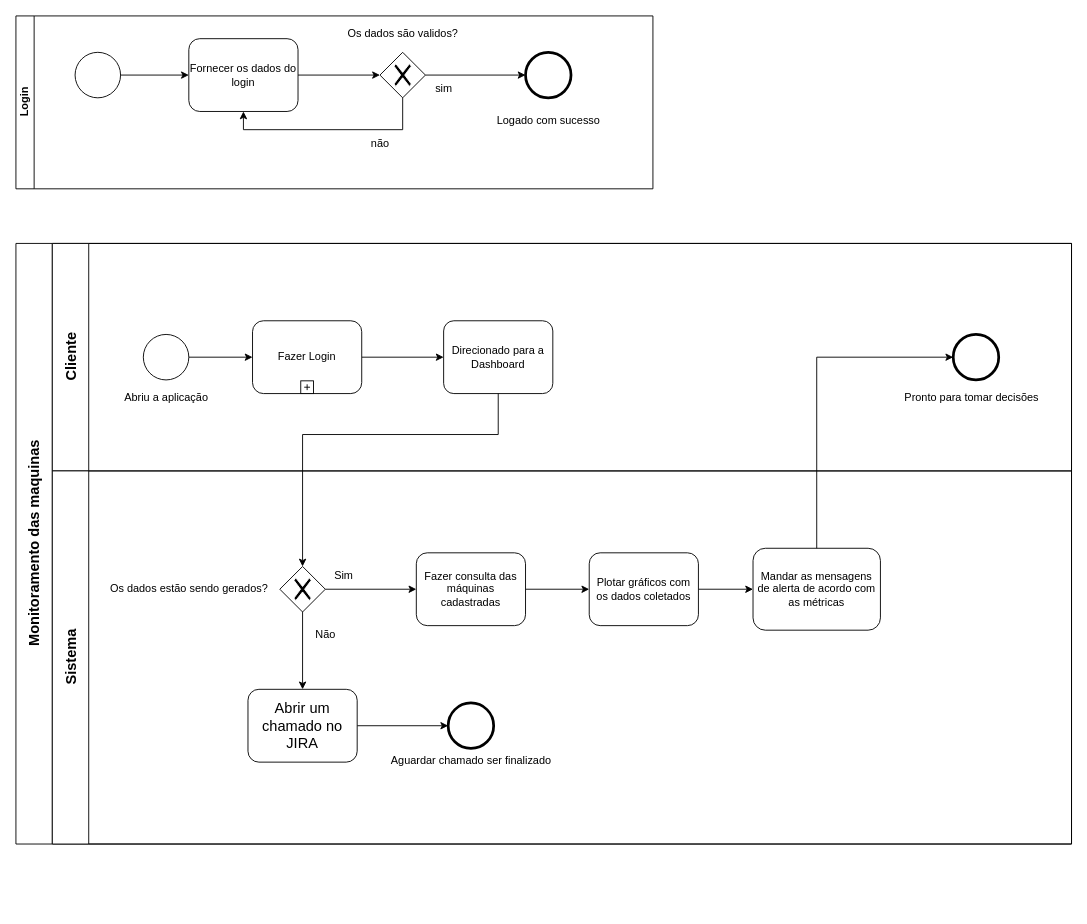
Above: Documentacao/Diagramas/bpmn - monitoramento.drawio in josu-pereira/Sensiders (draw.io), before the change. Source tidied: cells renumbered, new cells numbered last; positions are measured from the earlier drawing's top-left corner, leaving out a move shared by most shapes. Both pictures are drawn from the tidied source at 91%, with x=0, y=0 at pixel (15, 15).
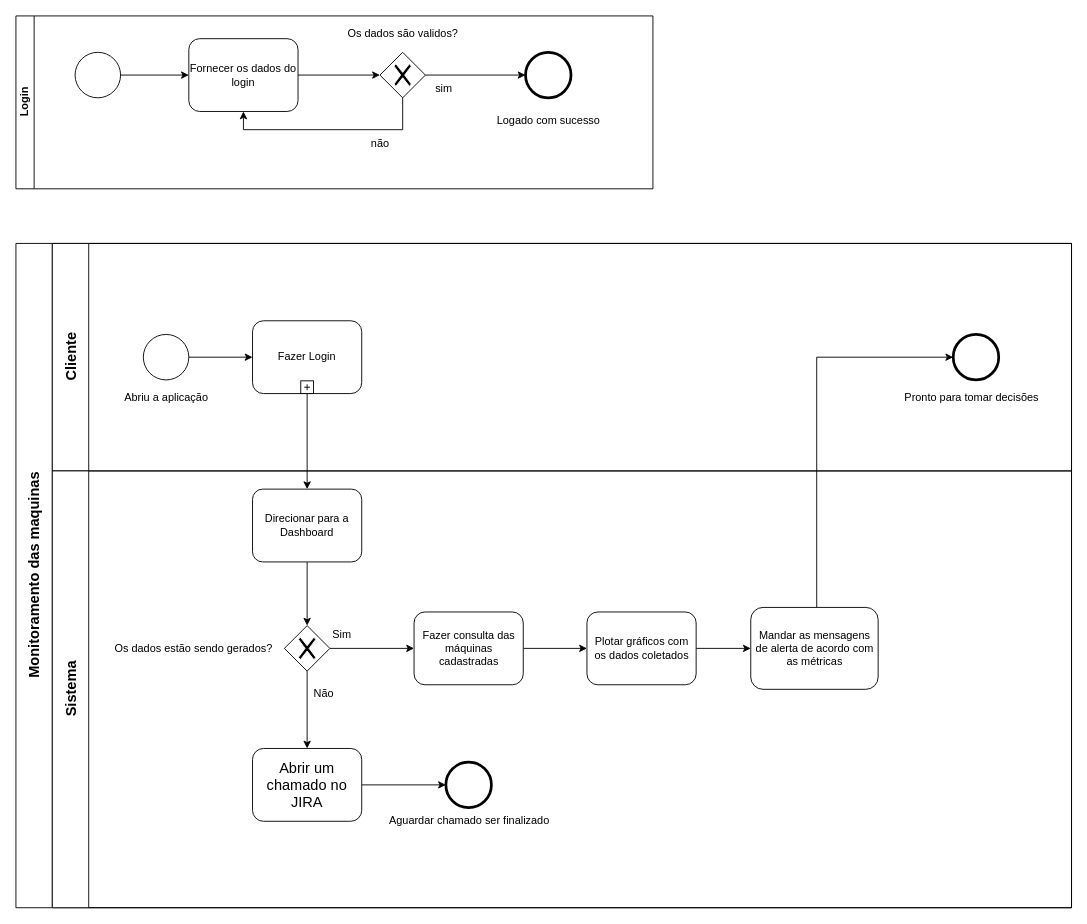
After the change.

Commit message (it also covers changes not shown here):
BPMN do legado

Unchanged cells that the change refers to:
```xml
<mxCell id="3" value="&lt;font style=&quot;font-size: 16px&quot;&gt;Cliente&lt;/font&gt;" style="swimlane;html=1;startSize=40;horizontal=0;" parent="2" vertex="1">
  <mxGeometry x="40" width="1120" height="250" as="geometry" />
</mxCell>
<mxCell id="7" value="Fazer Login" style="html=1;whiteSpace=wrap;rounded=1;" parent="3" vertex="1">
  <mxGeometry x="220" y="85" width="120" height="80" as="geometry" />
</mxCell>
<mxCell id="10" style="shape=mxgraph.bpmn.shape;html=1;verticalLabelPosition=bottom;labelBackgroundColor=#ffffff;verticalAlign=top;align=center;perimeter=ellipsePerimeter;outlineConnect=0;outline=end;symbol=general;" parent="3" vertex="1">
  <mxGeometry x="990" y="100" width="50" height="50" as="geometry" />
</mxCell>
```

Diff of the diagram source:
```diff
@@
     <mxCell id="2" value="&lt;font style=&quot;font-size: 16px&quot;&gt;Monitoramento das maquinas&lt;/font&gt;" style="swimlane;html=1;horizontal=0;startSize=40;" parent="1" vertex="1">
-      <mxGeometry y="250" width="1160" height="660" as="geometry" />
+      <mxGeometry y="250" width="1160" height="730" as="geometry" />
     </mxCell>
@@
-    <mxCell id="6" style="edgeStyle=orthogonalEdgeStyle;rounded=0;jettySize=auto;html=1;entryX=0;entryY=0.5;entryDx=0;entryDy=0;" parent="3" edge="1" source="7" target="9">
-      <mxGeometry relative="1" as="geometry" />
-    </mxCell>
@@
-    <mxCell id="9" value="Direcionado para a Dashboard" style="shape=ext;rounded=1;html=1;whiteSpace=wrap;arcSize=14;" parent="3" vertex="1">
-      <mxGeometry x="430" y="85" width="120" height="80" as="geometry" />
-    </mxCell>
@@
+    <mxCell id="28" style="edgeStyle=orthogonalEdgeStyle;rounded=0;jettySize=auto;html=1;entryX=0;entryY=0.5;entryDx=0;entryDy=0;" parent="2" edge="1" source="16" target="10">
+      <mxGeometry relative="1" as="geometry">
+        <Array as="points">
+          <mxPoint x="880" y="125" />
+        </Array>
+      </mxGeometry>
+    </mxCell>
     <mxCell id="12" value="&lt;font style=&quot;font-size: 16px&quot;&gt;Sistema&lt;/font&gt;" style="swimlane;html=1;startSize=40;horizontal=0;" parent="2" vertex="1">
-      <mxGeometry x="40" y="250" width="1120" height="410" as="geometry" />
+      <mxGeometry x="40" y="250" width="1120" height="480" as="geometry" />
     </mxCell>
@@
     <mxCell id="15" value="Sim" style="text;html=1;align=center;verticalAlign=middle;" parent="12" vertex="1">
-      <mxGeometry x="300" y="105" width="40" height="20" as="geometry" />
+      <mxGeometry x="297.5" y="170" width="40" height="20" as="geometry" />
     </mxCell>
     <mxCell id="16" value="Mandar as mensagens de alerta de acordo com as métricas" style="shape=ext;rounded=1;html=1;whiteSpace=wrap;" parent="12" vertex="1">
-      <mxGeometry x="770" y="85" width="140" height="90" as="geometry" />
+      <mxGeometry x="767.5" y="150" width="140" height="90" as="geometry" />
     </mxCell>
     <mxCell id="17" value="Os dados estão sendo gerados?" style="text;html=1;align=center;verticalAlign=middle;" parent="12" vertex="1">
-      <mxGeometry x="50" y="120" width="200" height="20" as="geometry" />
+      <mxGeometry x="55" y="185" width="200" height="20" as="geometry" />
     </mxCell>
     <mxCell id="18" value="Fazer consulta das máquinas cadastradas" style="shape=ext;rounded=1;html=1;whiteSpace=wrap;" parent="12" vertex="1">
-      <mxGeometry x="400" y="90" width="120" height="80" as="geometry" />
+      <mxGeometry x="397.5" y="155" width="120" height="80" as="geometry" />
     </mxCell>
@@
     <mxCell id="20" style="shape=mxgraph.bpmn.shape;html=1;verticalLabelPosition=bottom;labelBackgroundColor=#ffffff;verticalAlign=top;align=center;perimeter=rhombusPerimeter;background=gateway;outlineConnect=0;outline=none;symbol=exclusiveGw;" parent="12" vertex="1">
-      <mxGeometry x="250" y="105" width="50" height="50" as="geometry" />
+      <mxGeometry x="255" y="170" width="50" height="50" as="geometry" />
     </mxCell>
@@
     <mxCell id="22" value="Plotar gráficos com os dados coletados" style="shape=ext;rounded=1;html=1;whiteSpace=wrap;" parent="12" vertex="1">
-      <mxGeometry x="590" y="90" width="120" height="80" as="geometry" />
+      <mxGeometry x="587.5" y="155" width="120" height="80" as="geometry" />
     </mxCell>
     <mxCell id="23" value="Não" style="text;html=1;align=center;verticalAlign=middle;" parent="12" vertex="1">
-      <mxGeometry x="280" y="170" width="40" height="20" as="geometry" />
+      <mxGeometry x="277.5" y="235" width="40" height="20" as="geometry" />
     </mxCell>
@@
     <mxCell id="25" value="Abrir um chamado no JIRA" style="shape=ext;rounded=1;html=1;whiteSpace=wrap;fontSize=16;" parent="12" vertex="1">
-      <mxGeometry x="215" y="240" width="120" height="80" as="geometry" />
+      <mxGeometry x="220" y="305" width="120" height="80" as="geometry" />
     </mxCell>
     <mxCell id="26" value="Aguardar chamado ser finalizado" style="shape=mxgraph.bpmn.shape;html=1;verticalLabelPosition=bottom;labelBackgroundColor=#ffffff;verticalAlign=top;align=center;perimeter=ellipsePerimeter;outlineConnect=0;outline=end;symbol=general;" parent="12" vertex="1">
-      <mxGeometry x="435" y="255" width="50" height="50" as="geometry" />
+      <mxGeometry x="432.5" y="320" width="50" height="50" as="geometry" />
     </mxCell>
-    <mxCell id="27" style="edgeStyle=orthogonalEdgeStyle;rounded=0;jettySize=auto;html=1;entryX=0.5;entryY=0;entryDx=0;entryDy=0;" parent="2" edge="1" source="9" target="20">
-      <mxGeometry relative="1" as="geometry">
-        <Array as="points">
-          <mxPoint x="530" y="210" />
-          <mxPoint x="315" y="210" />
-        </Array>
-      </mxGeometry>
+    <mxCell id="27" style="edgeStyle=orthogonalEdgeStyle;rounded=0;jettySize=auto;html=1;entryX=0.5;entryY=0;entryDx=0;entryDy=0;" parent="12" edge="1" source="9" target="20">
+      <mxGeometry relative="1" as="geometry" />
     </mxCell>
-    <mxCell id="28" style="edgeStyle=orthogonalEdgeStyle;rounded=0;jettySize=auto;html=1;entryX=0;entryY=0.5;entryDx=0;entryDy=0;" parent="2" edge="1" source="16" target="10">
-      <mxGeometry relative="1" as="geometry">
-        <Array as="points">
-          <mxPoint x="880" y="125" />
-        </Array>
-      </mxGeometry>
-    </mxCell>
+    <mxCell id="9" value="Direcionar para a Dashboard" style="shape=ext;rounded=1;html=1;whiteSpace=wrap;arcSize=14;" parent="12" vertex="1">
+      <mxGeometry x="220" y="20" width="120" height="80" as="geometry" />
+    </mxCell>
+    <mxCell id="6" style="edgeStyle=orthogonalEdgeStyle;rounded=0;jettySize=auto;html=1;entryX=0.5;entryY=0;entryDx=0;entryDy=0;" parent="2" edge="1" source="7" target="9">
+      <mxGeometry relative="1" as="geometry" />
+    </mxCell>
```
